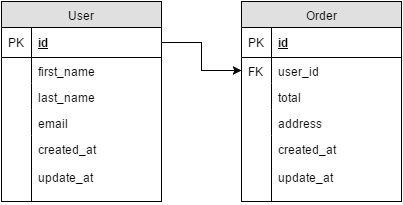
Before: Schema_one_to_many.png, a diagram exported from draw.io (blanford-fox-2016/schema-one-to-many). Source tidied: cells renumbered, new cells last; positions are measured from the earlier drawing's top-left corner, leaving out a move shared by most shapes.
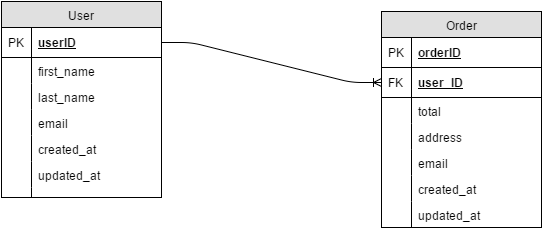
After the commit.

What changed in the source:
```diff
@@ -2,74 +2,101 @@
   <root>
     <mxCell id="0" />
     <mxCell id="1" parent="0" />
+    <mxCell id="25" value="User" style="swimlane;html=1;fontStyle=0;horizontal=1;startSize=26;fillColor=#e0e0e0;swimlaneFillColor=#ffffff;align=center;" parent="1" vertex="1">
+      <mxGeometry x="-140" y="-10" width="160" height="196" as="geometry" />
+    </mxCell>
+    <mxCell id="26" value="userID" style="shape=partialRectangle;top=0;left=0;right=0;bottom=1;html=1;align=left;verticalAlign=middle;fillColor=none;spacingLeft=34;spacingRight=4;whiteSpace=wrap;overflow=hidden;points=[[0,0.5],[1,0.5]];portConstraint=eastwest;fontStyle=5;" parent="25" vertex="1">
+      <mxGeometry y="26" width="160" height="30" as="geometry" />
+    </mxCell>
+    <mxCell id="27" value="PK" style="shape=partialRectangle;top=0;left=0;bottom=0;html=1;fillColor=none;align=left;verticalAlign=middle;spacingLeft=4;spacingRight=4;whiteSpace=wrap;overflow=hidden;" parent="26" vertex="1">
+      <mxGeometry width="30" height="30" as="geometry" />
+    </mxCell>
-    <mxCell id="2" value="User" style="swimlane;html=1;fontStyle=0;horizontal=1;startSize=26;fillColor=#e0e0e0;swimlaneFillColor=#ffffff;align=center;" parent="1" vertex="1">
-      <mxGeometry width="160" height="200" as="geometry" />
+    <mxCell id="2" value="first_name" style="shape=partialRectangle;top=0;left=0;right=0;bottom=0;html=1;align=left;verticalAlign=top;fillColor=none;spacingLeft=34;spacingRight=4;whiteSpace=wrap;overflow=hidden;" parent="25" vertex="1">
+      <mxGeometry y="56" width="160" height="26" as="geometry" />
     </mxCell>
-    <mxCell id="3" value="id" style="shape=partialRectangle;top=0;left=0;right=0;bottom=1;html=1;align=left;verticalAlign=middle;fillColor=none;spacingLeft=34;spacingRight=4;whiteSpace=wrap;overflow=hidden;points=[[0,0.5],[1,0.5]];portConstraint=eastwest;fontStyle=5;" parent="2" vertex="1">
-      <mxGeometry y="26" width="160" height="30" as="geometry" />
+    <mxCell id="3" style="shape=partialRectangle;top=0;left=0;bottom=0;html=1;fillColor=none;align=left;verticalAlign=top;spacingLeft=4;spacingRight=4;whiteSpace=wrap;overflow=hidden;points=[];portConstraint=eastwest;" parent="2" vertex="1">
+      <mxGeometry width="30" height="26" as="geometry" />
     </mxCell>
-    <mxCell id="4" value="PK" style="shape=partialRectangle;top=0;left=0;bottom=0;html=1;fillColor=none;align=left;verticalAlign=middle;spacingLeft=4;spacingRight=4;whiteSpace=wrap;overflow=hidden;" parent="3" vertex="1">
-      <mxGeometry width="30" height="30" as="geometry" />
-    </mxCell>
-    <mxCell id="5" value="first_name" style="shape=partialRectangle;top=0;left=0;right=0;bottom=0;html=1;align=left;verticalAlign=top;fillColor=none;spacingLeft=34;spacingRight=4;whiteSpace=wrap;overflow=hidden;" parent="2" vertex="1">
-      <mxGeometry y="56" width="160" height="26" as="geometry" />
-    </mxCell>
-    <mxCell id="6" style="shape=partialRectangle;top=0;left=0;bottom=0;html=1;fillColor=none;align=left;verticalAlign=top;spacingLeft=4;spacingRight=4;whiteSpace=wrap;overflow=hidden;" parent="5" vertex="1">
-      <mxGeometry width="30" height="26" as="geometry" />
-    </mxCell>
-    <mxCell id="7" value="last_name" style="shape=partialRectangle;top=0;left=0;right=0;bottom=0;html=1;align=left;verticalAlign=top;fillColor=none;spacingLeft=34;spacingRight=4;whiteSpace=wrap;overflow=hidden;" parent="2" vertex="1">
-      <mxGeometry y="82" width="160" height="26" as="geometry" />
-    </mxCell>
-    <mxCell id="8" style="shape=partialRectangle;top=0;left=0;bottom=0;html=1;fillColor=none;align=left;verticalAlign=top;spacingLeft=4;spacingRight=4;whiteSpace=wrap;overflow=hidden;" parent="7" vertex="1">
-      <mxGeometry width="30" height="26" as="geometry" />
-    </mxCell>
-    <mxCell id="9" value="email" style="shape=partialRectangle;top=0;left=0;right=0;bottom=0;html=1;align=left;verticalAlign=top;fillColor=none;spacingLeft=34;spacingRight=4;whiteSpace=wrap;overflow=hidden;" parent="2" vertex="1">
-      <mxGeometry y="108" width="160" height="26" as="geometry" />
-    </mxCell>
-    <mxCell id="10" style="shape=partialRectangle;top=0;left=0;bottom=0;html=1;fillColor=none;align=left;verticalAlign=top;spacingLeft=4;spacingRight=4;whiteSpace=wrap;overflow=hidden;" parent="9" vertex="1">
-      <mxGeometry width="30" height="26" as="geometry" />
+    <mxCell id="10" value="last_name" style="shape=partialRectangle;top=0;left=0;right=0;bottom=0;html=1;align=left;verticalAlign=top;fillColor=none;spacingLeft=34;spacingRight=4;whiteSpace=wrap;overflow=hidden;" parent="25" vertex="1">
+      <mxGeometry y="82" width="160" height="26" as="geometry" />
     </mxCell>
-    <mxCell id="11" value="created_at&lt;div&gt;&lt;br&gt;&lt;/div&gt;&lt;div&gt;update_at&lt;/div&gt;" style="shape=partialRectangle;top=0;left=0;right=0;bottom=0;html=1;align=left;verticalAlign=top;fillColor=none;spacingLeft=34;spacingRight=4;whiteSpace=wrap;overflow=hidden;" parent="2" vertex="1">
-      <mxGeometry y="134" width="160" height="66" as="geometry" />
+    <mxCell id="11" style="shape=partialRectangle;top=0;left=0;bottom=0;html=1;fillColor=none;align=left;verticalAlign=top;spacingLeft=4;spacingRight=4;whiteSpace=wrap;overflow=hidden;" parent="10" vertex="1">
+      <mxGeometry width="30" height="26" as="geometry" />
     </mxCell>
-    <mxCell id="12" style="shape=partialRectangle;top=0;left=0;bottom=0;html=1;fillColor=none;align=left;verticalAlign=top;spacingLeft=4;spacingRight=4;whiteSpace=wrap;overflow=hidden;" parent="11" vertex="1">
-      <mxGeometry width="30" height="66" as="geometry" />
+    <mxCell id="12" value="email" style="shape=partialRectangle;top=0;left=0;right=0;bottom=0;html=1;align=left;verticalAlign=top;fillColor=none;spacingLeft=34;spacingRight=4;whiteSpace=wrap;overflow=hidden;" parent="25" vertex="1">
+      <mxGeometry y="108" width="160" height="26" as="geometry" />
     </mxCell>
+    <mxCell id="28" style="shape=partialRectangle;top=0;left=0;bottom=0;html=1;fillColor=none;align=left;verticalAlign=top;spacingLeft=4;spacingRight=4;whiteSpace=wrap;overflow=hidden;" parent="12" vertex="1">
+      <mxGeometry width="30" height="26" as="geometry" />
+    </mxCell>
+    <mxCell id="29" value="created_at" style="shape=partialRectangle;top=0;left=0;right=0;bottom=0;html=1;align=left;verticalAlign=top;fillColor=none;spacingLeft=34;spacingRight=4;whiteSpace=wrap;overflow=hidden;" parent="25" vertex="1">
+      <mxGeometry y="134" width="160" height="26" as="geometry" />
+    </mxCell>
+    <mxCell id="30" style="shape=partialRectangle;top=0;left=0;bottom=0;html=1;fillColor=none;align=left;verticalAlign=top;spacingLeft=4;spacingRight=4;whiteSpace=wrap;overflow=hidden;" parent="29" vertex="1">
+      <mxGeometry width="30" height="26" as="geometry" />
+    </mxCell>
+    <mxCell id="31" value="updated_at" style="shape=partialRectangle;top=0;left=0;right=0;bottom=0;html=1;align=left;verticalAlign=top;fillColor=none;spacingLeft=34;spacingRight=4;whiteSpace=wrap;overflow=hidden;" parent="25" vertex="1">
+      <mxGeometry y="160" width="160" height="26" as="geometry" />
+    </mxCell>
+    <mxCell id="32" style="shape=partialRectangle;top=0;left=0;bottom=0;html=1;fillColor=none;align=left;verticalAlign=top;spacingLeft=4;spacingRight=4;whiteSpace=wrap;overflow=hidden;" parent="31" vertex="1">
+      <mxGeometry width="30" height="26" as="geometry" />
+    </mxCell>
+    <mxCell id="8" style="shape=partialRectangle;top=0;left=0;right=0;bottom=0;html=1;align=left;verticalAlign=top;fillColor=none;spacingLeft=34;spacingRight=4;whiteSpace=wrap;overflow=hidden;" parent="25" vertex="1">
+      <mxGeometry y="186" width="160" height="10" as="geometry" />
+    </mxCell>
+    <mxCell id="9" style="shape=partialRectangle;top=0;left=0;bottom=0;html=1;fillColor=none;align=left;verticalAlign=top;spacingLeft=4;spacingRight=4;whiteSpace=wrap;overflow=hidden;" parent="8" vertex="1">
+      <mxGeometry width="30" height="10" as="geometry" />
+    </mxCell>
     <mxCell id="13" value="Order" style="swimlane;html=1;fontStyle=0;horizontal=1;startSize=26;fillColor=#e0e0e0;swimlaneFillColor=#ffffff;align=center;" parent="1" vertex="1">
-      <mxGeometry x="240" width="160" height="200" as="geometry" />
+      <mxGeometry x="240" width="160" height="216" as="geometry" />
     </mxCell>
-    <mxCell id="14" value="id" style="shape=partialRectangle;top=0;left=0;right=0;bottom=1;html=1;align=left;verticalAlign=middle;fillColor=none;spacingLeft=34;spacingRight=4;whiteSpace=wrap;overflow=hidden;fontStyle=5;" parent="13" vertex="1">
-      <mxGeometry y="26" width="160" height="30" as="geometry" />
-    </mxCell>
-    <mxCell id="15" value="PK" style="shape=partialRectangle;top=0;left=0;bottom=0;html=1;fillColor=none;align=left;verticalAlign=middle;spacingLeft=4;spacingRight=4;whiteSpace=wrap;overflow=hidden;" parent="14" vertex="1">
-      <mxGeometry width="30" height="30" as="geometry" />
-    </mxCell>
+    <mxCell id="33" value="orderID" style="shape=partialRectangle;top=0;left=0;right=0;bottom=1;html=1;align=left;verticalAlign=middle;fillColor=none;spacingLeft=34;spacingRight=4;whiteSpace=wrap;overflow=hidden;fontStyle=5;" parent="13" vertex="1">
+      <mxGeometry y="26" width="160" height="30" as="geometry" />
+    </mxCell>
+    <mxCell id="34" value="PK" style="shape=partialRectangle;top=0;left=0;bottom=0;html=1;fillColor=none;align=left;verticalAlign=middle;spacingLeft=4;spacingRight=4;whiteSpace=wrap;overflow=hidden;" parent="33" vertex="1">
+      <mxGeometry width="30" height="30" as="geometry" />
+    </mxCell>
-    <mxCell id="16" value="user_id" style="shape=partialRectangle;top=0;left=0;right=0;bottom=0;html=1;align=left;verticalAlign=top;fillColor=none;spacingLeft=34;spacingRight=4;whiteSpace=wrap;overflow=hidden;points=[[0,0.5],[1,0.5]];portConstraint=eastwest;" parent="13" vertex="1">
-      <mxGeometry y="56" width="160" height="26" as="geometry" />
+    <mxCell id="16" value="user_ID" style="shape=partialRectangle;top=0;left=0;right=0;bottom=1;html=1;align=left;verticalAlign=middle;fillColor=none;spacingLeft=34;spacingRight=4;whiteSpace=wrap;overflow=hidden;points=[[0,0.5],[1,0.5]];portConstraint=eastwest;fontStyle=5;" parent="13" vertex="1">
+      <mxGeometry y="56" width="160" height="30" as="geometry" />
     </mxCell>
-    <mxCell id="17" value="FK" style="shape=partialRectangle;top=0;left=0;bottom=0;html=1;fillColor=none;align=left;verticalAlign=top;spacingLeft=4;spacingRight=4;whiteSpace=wrap;overflow=hidden;" parent="16" vertex="1">
-      <mxGeometry width="30" height="26" as="geometry" />
+    <mxCell id="17" value="FK" style="shape=partialRectangle;top=0;left=0;bottom=0;html=1;fillColor=none;align=left;verticalAlign=middle;spacingLeft=4;spacingRight=4;whiteSpace=wrap;overflow=hidden;" parent="16" vertex="1">
+      <mxGeometry width="30" height="30" as="geometry" />
     </mxCell>
     <mxCell id="18" value="total" style="shape=partialRectangle;top=0;left=0;right=0;bottom=0;html=1;align=left;verticalAlign=top;fillColor=none;spacingLeft=34;spacingRight=4;whiteSpace=wrap;overflow=hidden;" parent="13" vertex="1">
-      <mxGeometry y="82" width="160" height="26" as="geometry" />
+      <mxGeometry y="86" width="160" height="26" as="geometry" />
     </mxCell>
-    <mxCell id="19" style="shape=partialRectangle;top=0;left=0;bottom=0;html=1;fillColor=none;align=left;verticalAlign=top;spacingLeft=4;spacingRight=4;whiteSpace=wrap;overflow=hidden;" parent="18" vertex="1">
-      <mxGeometry width="30" height="26" as="geometry" />
-    </mxCell>
+    <mxCell id="35" style="shape=partialRectangle;top=0;left=0;bottom=0;html=1;fillColor=none;align=left;verticalAlign=top;spacingLeft=4;spacingRight=4;whiteSpace=wrap;overflow=hidden;" parent="18" vertex="1">
+      <mxGeometry width="30" height="26" as="geometry" />
+    </mxCell>
     <mxCell id="20" value="address" style="shape=partialRectangle;top=0;left=0;right=0;bottom=0;html=1;align=left;verticalAlign=top;fillColor=none;spacingLeft=34;spacingRight=4;whiteSpace=wrap;overflow=hidden;" parent="13" vertex="1">
-      <mxGeometry y="108" width="160" height="26" as="geometry" />
+      <mxGeometry y="112" width="160" height="26" as="geometry" />
     </mxCell>
-    <mxCell id="21" style="shape=partialRectangle;top=0;left=0;bottom=0;html=1;fillColor=none;align=left;verticalAlign=top;spacingLeft=4;spacingRight=4;whiteSpace=wrap;overflow=hidden;" parent="20" vertex="1">
-      <mxGeometry width="30" height="26" as="geometry" />
-    </mxCell>
-    <mxCell id="22" value="created_at&lt;div&gt;&lt;br&gt;&lt;/div&gt;&lt;div&gt;update_at&lt;/div&gt;" style="shape=partialRectangle;top=0;left=0;right=0;bottom=0;html=1;align=left;verticalAlign=top;fillColor=none;spacingLeft=34;spacingRight=4;whiteSpace=wrap;overflow=hidden;" parent="13" vertex="1">
-      <mxGeometry y="134" width="160" height="66" as="geometry" />
-    </mxCell>
-    <mxCell id="23" style="shape=partialRectangle;top=0;left=0;bottom=0;html=1;fillColor=none;align=left;verticalAlign=top;spacingLeft=4;spacingRight=4;whiteSpace=wrap;overflow=hidden;" parent="22" vertex="1">
-      <mxGeometry width="30" height="66" as="geometry" />
-    </mxCell>
-    <mxCell id="24" style="edgeStyle=orthogonalEdgeStyle;rounded=0;html=1;exitX=1;exitY=0.5;entryX=0;entryY=0.5;jettySize=auto;" parent="1" edge="1" source="3" target="16">
-      <mxGeometry relative="1" as="geometry" />
-    </mxCell>
+    <mxCell id="36" style="shape=partialRectangle;top=0;left=0;bottom=0;html=1;fillColor=none;align=left;verticalAlign=top;spacingLeft=4;spacingRight=4;whiteSpace=wrap;overflow=hidden;" parent="20" vertex="1">
+      <mxGeometry width="30" height="26" as="geometry" />
+    </mxCell>
+    <mxCell id="37" value="email" style="shape=partialRectangle;top=0;left=0;right=0;bottom=0;html=1;align=left;verticalAlign=top;fillColor=none;spacingLeft=34;spacingRight=4;whiteSpace=wrap;overflow=hidden;" parent="13" vertex="1">
+      <mxGeometry y="138" width="160" height="26" as="geometry" />
+    </mxCell>
+    <mxCell id="38" style="shape=partialRectangle;top=0;left=0;bottom=0;html=1;fillColor=none;align=left;verticalAlign=top;spacingLeft=4;spacingRight=4;whiteSpace=wrap;overflow=hidden;" parent="37" vertex="1">
+      <mxGeometry width="30" height="26" as="geometry" />
+    </mxCell>
+    <mxCell id="39" value="created_at" style="shape=partialRectangle;top=0;left=0;right=0;bottom=0;html=1;align=left;verticalAlign=top;fillColor=none;spacingLeft=34;spacingRight=4;whiteSpace=wrap;overflow=hidden;" parent="13" vertex="1">
+      <mxGeometry y="164" width="160" height="26" as="geometry" />
+    </mxCell>
+    <mxCell id="40" style="shape=partialRectangle;top=0;left=0;bottom=0;html=1;fillColor=none;align=left;verticalAlign=top;spacingLeft=4;spacingRight=4;whiteSpace=wrap;overflow=hidden;" parent="39" vertex="1">
+      <mxGeometry width="30" height="26" as="geometry" />
+    </mxCell>
+    <mxCell id="41" value="updated_at" style="shape=partialRectangle;top=0;left=0;right=0;bottom=0;html=1;align=left;verticalAlign=top;fillColor=none;spacingLeft=34;spacingRight=4;whiteSpace=wrap;overflow=hidden;" parent="13" vertex="1">
+      <mxGeometry y="190" width="160" height="26" as="geometry" />
+    </mxCell>
+    <mxCell id="42" style="shape=partialRectangle;top=0;left=0;bottom=0;html=1;fillColor=none;align=left;verticalAlign=top;spacingLeft=4;spacingRight=4;whiteSpace=wrap;overflow=hidden;" parent="41" vertex="1">
+      <mxGeometry width="30" height="26" as="geometry" />
+    </mxCell>
+    <mxCell id="43" style="edgeStyle=entityRelationEdgeStyle;html=1;endArrow=ERoneToMany;exitX=1;exitY=0.5;entryX=0;entryY=0.5;" parent="1" edge="1" source="26" target="16">
+      <mxGeometry relative="1" as="geometry" />
+    </mxCell>
+    <mxCell id="44" style="edgeStyle=orthogonalEdgeStyle;rounded=0;html=1;exitX=0.5;exitY=1;entryX=0.5;entryY=1;jettySize=auto;orthogonalLoop=1;" parent="1" edge="1" source="13" target="13">
+      <mxGeometry relative="1" as="geometry" />
+    </mxCell>
   </root>
 </mxGraphModel>
```
